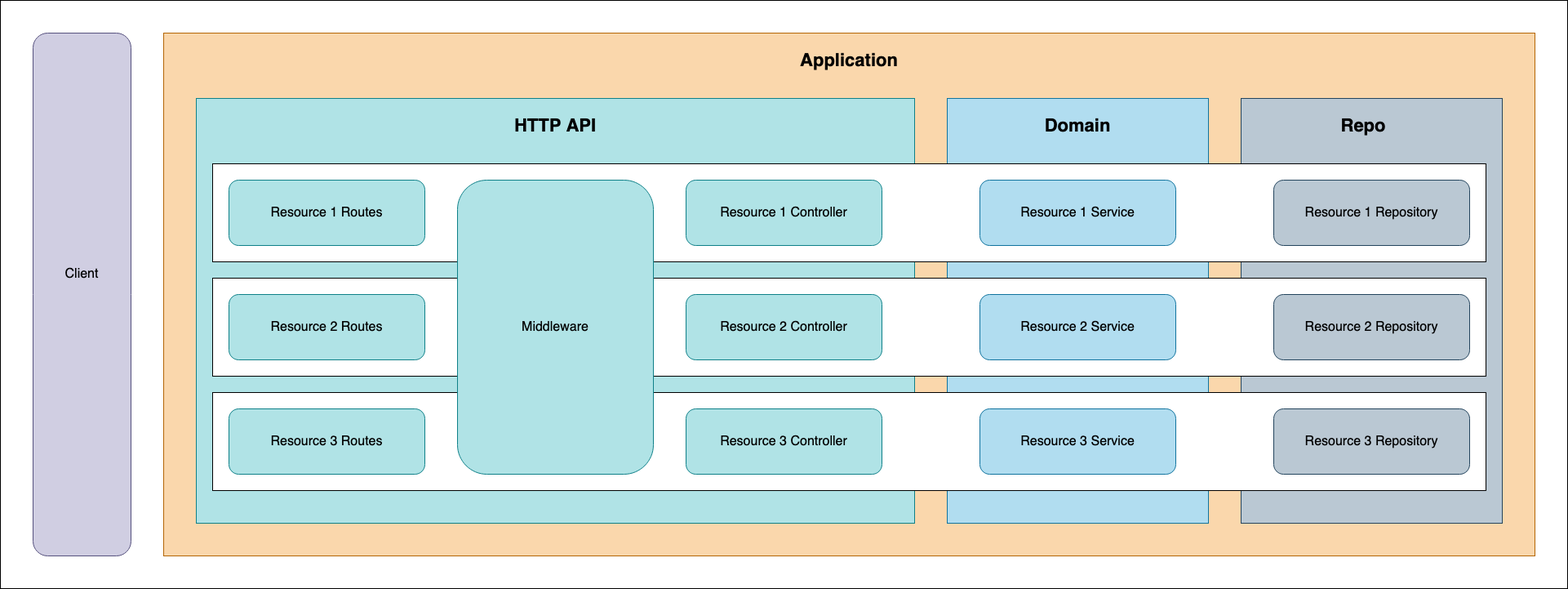
This is documentation/images/layers.png from BetterWorks/go-starter-kit, a draw.io export, as it was before one commit. Source tidied: cells renumbered, new cells last; positions are measured from the earlier drawing's top-left corner, leaving out a move shared by most shapes.
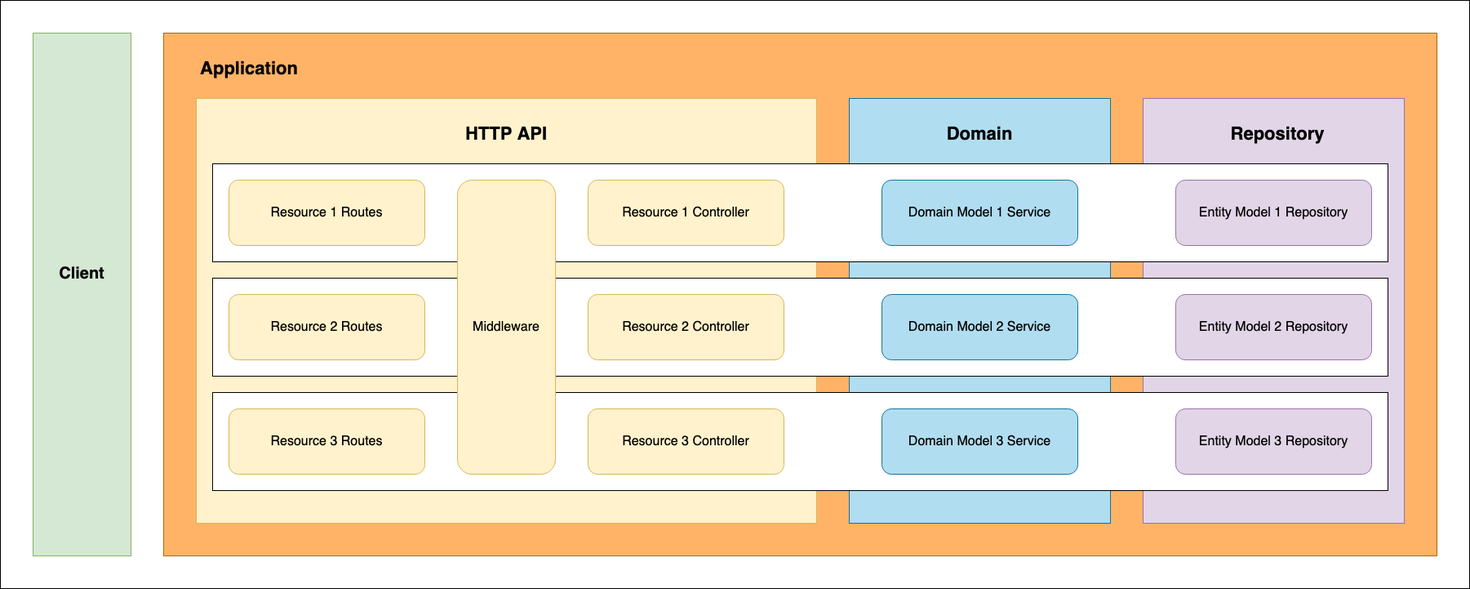
The same diagram one commit later.

Commit message:
docs: updates getting started documentation and layering diagram

Change to the diagram source:
```diff
@@ -1,87 +1,87 @@
 <mxGraphModel>
   <root>
-    <mxCell id="0" />
-    <mxCell id="1" parent="0" />
-    <mxCell id="2" style="rounded=0;whiteSpace=wrap;html=1;" parent="1" vertex="1">
-      <mxGeometry width="1920" height="720" as="geometry" />
-    </mxCell>
-    <mxCell id="3" style="rounded=0;whiteSpace=wrap;html=1;fillColor=#fad7ac;strokeColor=#b46504;" parent="1" vertex="1">
-      <mxGeometry x="200" y="40" width="1680" height="640" as="geometry" />
-    </mxCell>
-    <mxCell id="4" value="&lt;font size=&quot;1&quot;&gt;&lt;span style=&quot;font-size: 12px;&quot;&gt;&lt;br&gt;&lt;/span&gt;&lt;/font&gt;" style="rounded=0;whiteSpace=wrap;html=1;labelBackgroundColor=#FFFFFF;fillColor=#bac8d3;strokeColor=#23445d;" parent="1" vertex="1">
-      <mxGeometry x="1520" y="120" width="320" height="520" as="geometry" />
-    </mxCell>
-    <mxCell id="5" style="rounded=0;whiteSpace=wrap;html=1;fillColor=#b1ddf0;strokeColor=#10739e;" parent="1" vertex="1">
-      <mxGeometry x="1160" y="120" width="320" height="520" as="geometry" />
-    </mxCell>
-    <mxCell id="6" style="rounded=0;whiteSpace=wrap;html=1;fillColor=#b0e3e6;strokeColor=#0e8088;" parent="1" vertex="1">
-      <mxGeometry x="240" y="120" width="880" height="520" as="geometry" />
-    </mxCell>
-    <mxCell id="7" style="rounded=0;whiteSpace=wrap;html=1;" parent="1" vertex="1">
-      <mxGeometry x="260" y="480" width="1560" height="120" as="geometry" />
-    </mxCell>
-    <mxCell id="8" style="rounded=0;whiteSpace=wrap;html=1;" parent="1" vertex="1">
-      <mxGeometry x="260" y="340" width="1560" height="120" as="geometry" />
-    </mxCell>
-    <mxCell id="9" style="rounded=0;whiteSpace=wrap;html=1;" parent="1" vertex="1">
-      <mxGeometry x="260" y="200" width="1560" height="120" as="geometry" />
-    </mxCell>
+    <mxCell id="29" />
+    <mxCell id="30" parent="29" />
+    <mxCell id="31" style="rounded=0;whiteSpace=wrap;html=1;" parent="30" vertex="1">
+      <mxGeometry width="1800" height="720" as="geometry" />
+    </mxCell>
+    <mxCell id="32" style="rounded=0;whiteSpace=wrap;html=1;fillColor=#FFB366;strokeColor=#b46504;" parent="30" vertex="1">
+      <mxGeometry x="200" y="40" width="1560" height="640" as="geometry" />
+    </mxCell>
+    <mxCell id="33" value="&lt;font size=&quot;1&quot;&gt;&lt;span style=&quot;font-size: 12px;&quot;&gt;&lt;br&gt;&lt;/span&gt;&lt;/font&gt;" style="rounded=0;whiteSpace=wrap;html=1;labelBackgroundColor=#FFFFFF;fillColor=#e1d5e7;strokeColor=#9673a6;" parent="30" vertex="1">
+      <mxGeometry x="1400" y="120" width="320" height="520" as="geometry" />
+    </mxCell>
+    <mxCell id="34" style="rounded=0;whiteSpace=wrap;html=1;fillColor=#b1ddf0;strokeColor=#10739e;" parent="30" vertex="1">
+      <mxGeometry x="1040" y="120" width="320" height="520" as="geometry" />
+    </mxCell>
+    <mxCell id="35" style="rounded=0;whiteSpace=wrap;html=1;fillColor=#fff2cc;strokeColor=#d6b656;" parent="30" vertex="1">
+      <mxGeometry x="240" y="120" width="760" height="520" as="geometry" />
+    </mxCell>
+    <mxCell id="36" style="rounded=0;whiteSpace=wrap;html=1;" parent="30" vertex="1">
+      <mxGeometry x="260" y="480" width="1440" height="120" as="geometry" />
+    </mxCell>
+    <mxCell id="37" style="rounded=0;whiteSpace=wrap;html=1;" parent="30" vertex="1">
+      <mxGeometry x="260" y="340" width="1440" height="120" as="geometry" />
+    </mxCell>
+    <mxCell id="38" style="rounded=0;whiteSpace=wrap;html=1;" parent="30" vertex="1">
+      <mxGeometry x="260" y="200" width="1440" height="120" as="geometry" />
+    </mxCell>
-    <mxCell id="10" value="&lt;font style=&quot;font-size: 16px;&quot;&gt;Resource 1 Routes&lt;/font&gt;" style="rounded=1;whiteSpace=wrap;html=1;fillColor=#b0e3e6;strokeColor=#0e8088;" parent="1" vertex="1">
+    <mxCell id="10" value="&lt;font style=&quot;font-size: 16px;&quot;&gt;Resource 1 Routes&lt;/font&gt;" style="rounded=1;whiteSpace=wrap;html=1;fillColor=#fff2cc;strokeColor=#d6b656;" parent="30" vertex="1">
       <mxGeometry x="280" y="220" width="240" height="80" as="geometry" />
     </mxCell>
-    <mxCell id="11" value="&lt;font style=&quot;font-size: 16px;&quot;&gt;Resource 1 Controller&lt;/font&gt;" style="rounded=1;whiteSpace=wrap;html=1;fillColor=#b0e3e6;strokeColor=#0e8088;" parent="1" vertex="1">
-      <mxGeometry x="840" y="220" width="240" height="80" as="geometry" />
+    <mxCell id="11" value="&lt;font style=&quot;font-size: 16px;&quot;&gt;Resource 1 Controller&lt;/font&gt;" style="rounded=1;whiteSpace=wrap;html=1;fillColor=#fff2cc;strokeColor=#d6b656;" parent="30" vertex="1">
+      <mxGeometry x="720" y="220" width="240" height="80" as="geometry" />
     </mxCell>
-    <mxCell id="12" value="&lt;font style=&quot;font-size: 16px;&quot;&gt;Resource 2&lt;/font&gt;&lt;font style=&quot;font-size: 16px;&quot;&gt; Routes&lt;/font&gt;" style="rounded=1;whiteSpace=wrap;html=1;fillColor=#b0e3e6;strokeColor=#0e8088;" parent="1" vertex="1">
+    <mxCell id="12" value="&lt;font style=&quot;font-size: 16px;&quot;&gt;Resource 2&lt;/font&gt;&lt;font style=&quot;font-size: 16px;&quot;&gt; Routes&lt;/font&gt;" style="rounded=1;whiteSpace=wrap;html=1;fillColor=#fff2cc;strokeColor=#d6b656;" parent="30" vertex="1">
       <mxGeometry x="280" y="360" width="240" height="80" as="geometry" />
     </mxCell>
-    <mxCell id="13" value="&lt;font style=&quot;font-size: 16px;&quot;&gt;Resource 2 Controller&lt;/font&gt;" style="rounded=1;whiteSpace=wrap;html=1;fillColor=#b0e3e6;strokeColor=#0e8088;" parent="1" vertex="1">
-      <mxGeometry x="840" y="360" width="240" height="80" as="geometry" />
+    <mxCell id="13" value="&lt;font style=&quot;font-size: 16px;&quot;&gt;Resource 2 Controller&lt;/font&gt;" style="rounded=1;whiteSpace=wrap;html=1;fillColor=#fff2cc;strokeColor=#d6b656;" parent="30" vertex="1">
+      <mxGeometry x="720" y="360" width="240" height="80" as="geometry" />
     </mxCell>
-    <mxCell id="14" value="&lt;font style=&quot;font-size: 16px;&quot;&gt;Middleware&lt;/font&gt;" style="rounded=1;whiteSpace=wrap;html=1;fillColor=#b0e3e6;strokeColor=#0e8088;" parent="1" vertex="1">
-      <mxGeometry x="560" y="220" width="240" height="360" as="geometry" />
+    <mxCell id="14" value="&lt;font style=&quot;font-size: 16px;&quot;&gt;Middleware&lt;/font&gt;" style="rounded=1;whiteSpace=wrap;html=1;fillColor=#fff2cc;strokeColor=#d6b656;" parent="30" vertex="1">
+      <mxGeometry x="560" y="220" width="120" height="360" as="geometry" />
     </mxCell>
-    <mxCell id="15" value="&lt;font style=&quot;font-size: 16px;&quot;&gt;Resource 3&lt;/font&gt;&lt;font style=&quot;font-size: 16px;&quot;&gt; Routes&lt;/font&gt;" style="rounded=1;whiteSpace=wrap;html=1;fillColor=#b0e3e6;strokeColor=#0e8088;" parent="1" vertex="1">
+    <mxCell id="15" value="&lt;font style=&quot;font-size: 16px;&quot;&gt;Resource 3&lt;/font&gt;&lt;font style=&quot;font-size: 16px;&quot;&gt; Routes&lt;/font&gt;" style="rounded=1;whiteSpace=wrap;html=1;fillColor=#fff2cc;strokeColor=#d6b656;" parent="30" vertex="1">
       <mxGeometry x="280" y="500" width="240" height="80" as="geometry" />
     </mxCell>
-    <mxCell id="16" value="&lt;font style=&quot;font-size: 16px;&quot;&gt;Resource 3&lt;/font&gt;&lt;font style=&quot;font-size: 16px;&quot;&gt;&lt;/font&gt;&lt;font style=&quot;font-size: 16px;&quot;&gt; Controller&lt;/font&gt;" style="rounded=1;whiteSpace=wrap;html=1;fillColor=#b0e3e6;strokeColor=#0e8088;" parent="1" vertex="1">
-      <mxGeometry x="840" y="500" width="240" height="80" as="geometry" />
+    <mxCell id="16" value="&lt;font style=&quot;font-size: 16px;&quot;&gt;Resource 3&lt;/font&gt;&lt;font style=&quot;font-size: 16px;&quot;&gt;&lt;/font&gt;&lt;font style=&quot;font-size: 16px;&quot;&gt; Controller&lt;/font&gt;" style="rounded=1;whiteSpace=wrap;html=1;fillColor=#fff2cc;strokeColor=#d6b656;" parent="30" vertex="1">
+      <mxGeometry x="720" y="500" width="240" height="80" as="geometry" />
     </mxCell>
-    <mxCell id="17" style="rounded=1;whiteSpace=wrap;html=1;fillColor=#d0cee2;strokeColor=#56517e;" parent="1" vertex="1">
-      <mxGeometry x="40" y="40" width="120" height="640" as="geometry" />
-    </mxCell>
-    <mxCell id="18" value="&lt;font style=&quot;font-size: 16px;&quot;&gt;Resource 1 Service&lt;/font&gt;" style="rounded=1;whiteSpace=wrap;html=1;fillColor=#b1ddf0;strokeColor=#10739e;" parent="1" vertex="1">
-      <mxGeometry x="1200" y="220" width="240" height="80" as="geometry" />
-    </mxCell>
-    <mxCell id="19" value="&lt;font style=&quot;font-size: 16px;&quot;&gt;Resource 2&lt;/font&gt;&lt;font style=&quot;font-size: 16px;&quot;&gt; Service&lt;/font&gt;" style="rounded=1;whiteSpace=wrap;html=1;fillColor=#b1ddf0;strokeColor=#10739e;" parent="1" vertex="1">
-      <mxGeometry x="1200" y="360" width="240" height="80" as="geometry" />
-    </mxCell>
-    <mxCell id="20" value="&lt;font style=&quot;font-size: 16px;&quot;&gt;Resource 3&lt;/font&gt;&lt;font style=&quot;font-size: 16px;&quot;&gt;&lt;/font&gt;&lt;font style=&quot;font-size: 16px;&quot;&gt; Service&lt;/font&gt;" style="rounded=1;whiteSpace=wrap;html=1;fillColor=#b1ddf0;strokeColor=#10739e;" parent="1" vertex="1">
-      <mxGeometry x="1200" y="500" width="240" height="80" as="geometry" />
-    </mxCell>
-    <mxCell id="21" value="&lt;font style=&quot;font-size: 16px;&quot;&gt;Resource 1 Repository&lt;/font&gt;" style="rounded=1;whiteSpace=wrap;html=1;fillColor=#bac8d3;strokeColor=#23445d;" parent="1" vertex="1">
-      <mxGeometry x="1560" y="220" width="240" height="80" as="geometry" />
-    </mxCell>
-    <mxCell id="22" value="&lt;font style=&quot;font-size: 16px;&quot;&gt;Resource 2&lt;/font&gt;&lt;font style=&quot;font-size: 16px;&quot;&gt; Repository&lt;/font&gt;" style="rounded=1;whiteSpace=wrap;html=1;fillColor=#bac8d3;strokeColor=#23445d;" parent="1" vertex="1">
-      <mxGeometry x="1560" y="360" width="240" height="80" as="geometry" />
-    </mxCell>
-    <mxCell id="23" value="&lt;font style=&quot;font-size: 16px;&quot;&gt;Resource 3&lt;/font&gt;&lt;font style=&quot;font-size: 16px;&quot;&gt;&lt;/font&gt;&lt;font style=&quot;font-size: 16px;&quot;&gt; &lt;/font&gt;&lt;font style=&quot;font-size: 16px;&quot;&gt;Repository&lt;/font&gt;" style="rounded=1;whiteSpace=wrap;html=1;fillColor=#bac8d3;strokeColor=#23445d;" parent="1" vertex="1">
-      <mxGeometry x="1560" y="500" width="240" height="80" as="geometry" />
-    </mxCell>
+    <mxCell id="39" style="whiteSpace=wrap;html=1;fillColor=#d5e8d4;strokeColor=#82b366;" parent="30" vertex="1">
+      <mxGeometry x="40" y="40" width="120" height="640" as="geometry" />
+    </mxCell>
+    <mxCell id="40" value="&lt;font style=&quot;font-size: 16px;&quot;&gt;Domain Model 1 Service&lt;/font&gt;" style="rounded=1;whiteSpace=wrap;html=1;fillColor=#b1ddf0;strokeColor=#10739e;" parent="30" vertex="1">
+      <mxGeometry x="1080" y="220" width="240" height="80" as="geometry" />
+    </mxCell>
+    <mxCell id="41" value="&lt;font style=&quot;font-size: 16px;&quot;&gt;Domain Model&lt;/font&gt;&lt;font style=&quot;font-size: 16px;&quot;&gt; 2&lt;/font&gt;&lt;font style=&quot;font-size: 16px;&quot;&gt; Service&lt;/font&gt;" style="rounded=1;whiteSpace=wrap;html=1;fillColor=#b1ddf0;strokeColor=#10739e;" parent="30" vertex="1">
+      <mxGeometry x="1080" y="360" width="240" height="80" as="geometry" />
+    </mxCell>
+    <mxCell id="42" value="&lt;font style=&quot;font-size: 16px;&quot;&gt;Domain Model&lt;/font&gt;&lt;font style=&quot;font-size: 16px;&quot;&gt; 3&lt;/font&gt;&lt;font style=&quot;font-size: 16px;&quot;&gt;&lt;/font&gt;&lt;font style=&quot;font-size: 16px;&quot;&gt; Service&lt;/font&gt;" style="rounded=1;whiteSpace=wrap;html=1;fillColor=#b1ddf0;strokeColor=#10739e;" parent="30" vertex="1">
+      <mxGeometry x="1080" y="500" width="240" height="80" as="geometry" />
+    </mxCell>
+    <mxCell id="43" value="&lt;font style=&quot;font-size: 16px;&quot;&gt;Entity Model &lt;/font&gt;&lt;font style=&quot;font-size: 16px;&quot;&gt;1 Repository&lt;/font&gt;" style="rounded=1;whiteSpace=wrap;html=1;fillColor=#e1d5e7;strokeColor=#9673a6;" parent="30" vertex="1">
+      <mxGeometry x="1440" y="220" width="240" height="80" as="geometry" />
+    </mxCell>
+    <mxCell id="44" value="&lt;font style=&quot;font-size: 16px;&quot;&gt;Entity Model&lt;/font&gt;&lt;font style=&quot;font-size: 16px;&quot;&gt; 2&lt;/font&gt;&lt;font style=&quot;font-size: 16px;&quot;&gt; Repository&lt;/font&gt;" style="rounded=1;whiteSpace=wrap;html=1;fillColor=#e1d5e7;strokeColor=#9673a6;" parent="30" vertex="1">
+      <mxGeometry x="1440" y="360" width="240" height="80" as="geometry" />
+    </mxCell>
+    <mxCell id="45" value="&lt;font style=&quot;font-size: 16px;&quot;&gt;Entity Model&lt;/font&gt;&lt;font style=&quot;font-size: 16px;&quot;&gt; 3&lt;/font&gt;&lt;font style=&quot;font-size: 16px;&quot;&gt;&lt;/font&gt;&lt;font style=&quot;font-size: 16px;&quot;&gt; &lt;/font&gt;&lt;font style=&quot;font-size: 16px;&quot;&gt;Repository&lt;/font&gt;" style="rounded=1;whiteSpace=wrap;html=1;fillColor=#e1d5e7;strokeColor=#9673a6;" parent="30" vertex="1">
+      <mxGeometry x="1440" y="500" width="240" height="80" as="geometry" />
+    </mxCell>
-    <mxCell id="24" value="&lt;font style=&quot;font-size: 16px;&quot;&gt;Client&lt;/font&gt;" style="text;html=1;strokeColor=none;fillColor=none;align=center;verticalAlign=middle;whiteSpace=wrap;rounded=0;" parent="1" vertex="1">
+    <mxCell id="24" value="&lt;font size=&quot;1&quot;&gt;&lt;b&gt;&lt;font style=&quot;font-size: 20px;&quot;&gt;Client&lt;/font&gt;&lt;/b&gt;&lt;/font&gt;" style="text;html=1;strokeColor=none;fillColor=none;align=center;verticalAlign=middle;whiteSpace=wrap;rounded=0;" parent="30" vertex="1">
       <mxGeometry x="70" y="320" width="60" height="30" as="geometry" />
     </mxCell>
-    <mxCell id="25" value="&lt;font style=&quot;font-size: 22px;&quot;&gt;&lt;b&gt;Repo&lt;/b&gt;&lt;/font&gt;" style="text;html=1;strokeColor=none;fillColor=none;align=center;verticalAlign=middle;whiteSpace=wrap;rounded=0;" parent="1" vertex="1">
-      <mxGeometry x="1640" y="140" width="60" height="30" as="geometry" />
-    </mxCell>
+    <mxCell id="46" value="&lt;font style=&quot;font-size: 22px;&quot;&gt;&lt;b&gt;Repository&lt;/b&gt;&lt;/font&gt;" style="text;html=1;strokeColor=none;fillColor=none;align=center;verticalAlign=middle;whiteSpace=wrap;rounded=0;" parent="30" vertex="1">
+      <mxGeometry x="1500" y="150" width="130" height="30" as="geometry" />
+    </mxCell>
-    <mxCell id="26" value="&lt;font style=&quot;font-size: 22px;&quot;&gt;&lt;b&gt;Domain&lt;/b&gt;&lt;/font&gt;" style="text;html=1;strokeColor=none;fillColor=none;align=center;verticalAlign=middle;whiteSpace=wrap;rounded=0;" parent="1" vertex="1">
-      <mxGeometry x="1255" y="140" width="130" height="30" as="geometry" />
+    <mxCell id="26" value="&lt;font style=&quot;font-size: 22px;&quot;&gt;&lt;b&gt;Domain&lt;/b&gt;&lt;/font&gt;" style="text;html=1;strokeColor=none;fillColor=none;align=center;verticalAlign=middle;whiteSpace=wrap;rounded=0;" parent="30" vertex="1">
+      <mxGeometry x="1135" y="150" width="130" height="30" as="geometry" />
     </mxCell>
-    <mxCell id="27" value="&lt;font style=&quot;font-size: 22px;&quot;&gt;&lt;b&gt;HTTP API&lt;br&gt;&lt;/b&gt;&lt;/font&gt;" style="text;html=1;strokeColor=none;fillColor=none;align=center;verticalAlign=middle;whiteSpace=wrap;rounded=0;" parent="1" vertex="1">
-      <mxGeometry x="615" y="140" width="130" height="30" as="geometry" />
+    <mxCell id="27" value="&lt;font style=&quot;font-size: 22px;&quot;&gt;&lt;b&gt;HTTP API&lt;br&gt;&lt;/b&gt;&lt;/font&gt;" style="text;html=1;strokeColor=none;fillColor=none;align=center;verticalAlign=middle;whiteSpace=wrap;rounded=0;" parent="30" vertex="1">
+      <mxGeometry x="555" y="150" width="130" height="30" as="geometry" />
     </mxCell>
-    <mxCell id="28" value="&lt;font style=&quot;font-size: 22px;&quot;&gt;&lt;b&gt;Application&lt;br&gt;&lt;/b&gt;&lt;/font&gt;" style="text;html=1;strokeColor=none;fillColor=none;align=center;verticalAlign=middle;whiteSpace=wrap;rounded=0;" parent="1" vertex="1">
-      <mxGeometry x="975" y="60" width="130" height="30" as="geometry" />
+    <mxCell id="28" value="&lt;font style=&quot;font-size: 22px;&quot;&gt;&lt;b&gt;Application&lt;br&gt;&lt;/b&gt;&lt;/font&gt;" style="text;html=1;strokeColor=none;fillColor=none;align=center;verticalAlign=middle;whiteSpace=wrap;rounded=0;" parent="30" vertex="1">
+      <mxGeometry x="240" y="70" width="130" height="30" as="geometry" />
     </mxCell>
   </root>
 </mxGraphModel>
```
